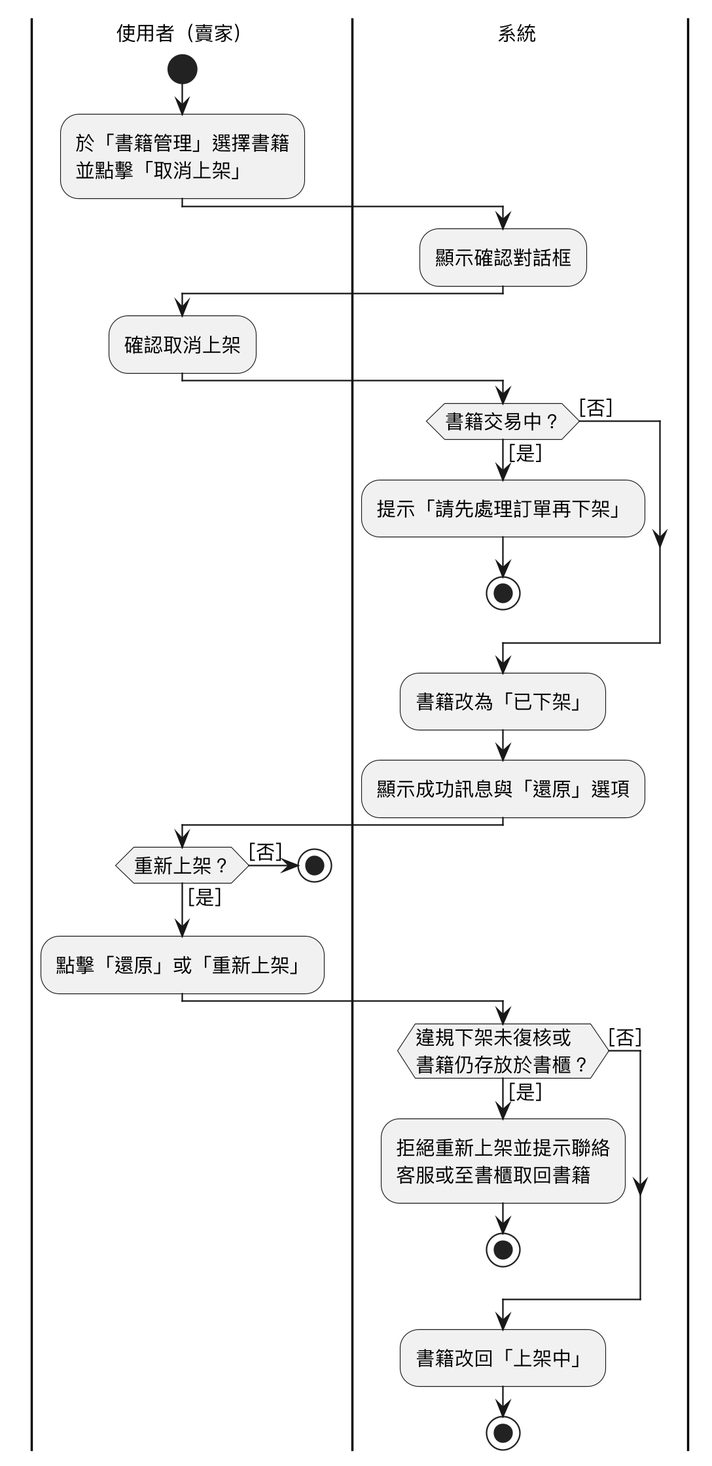
This is Diagrams/Activity diagram/v3/uc03.png from SaveMyBook/SaveMyBook, a PlantUML export, as it was before one commit. Source of this version:
```plantuml
@startuml
skinparam monochrome true
skinparam shadowing false
skinparam dpi 220
skinparam defaultFontName "PingFang TC"
skinparam defaultFontSize 13
skinparam swimlaneWidth same
|使用者（賣家）|
start
:於「書籍管理」選擇書籍\n並點擊「取消上架」;
|系統|
:顯示確認對話框;
|使用者（賣家）|
:確認取消上架;
|系統|
if (書籍交易中？) then ([是])
  :提示「請先處理訂單再下架」;
  stop
else ([否])
endif
:書籍改為「已下架」;
:顯示成功訊息與「還原」選項;
|使用者（賣家）|
if (重新上架？) then ([否])
  stop
else ([是])
endif
:點擊「還原」或「重新上架」;
|系統|
if (違規下架未復核或\n書籍仍存放於書櫃？) then ([是])
  :拒絕重新上架並提示聯絡\n客服或至書櫃取回書籍;
  stop
else ([否])
endif
:書籍改回「上架中」;
stop
@enduml
```
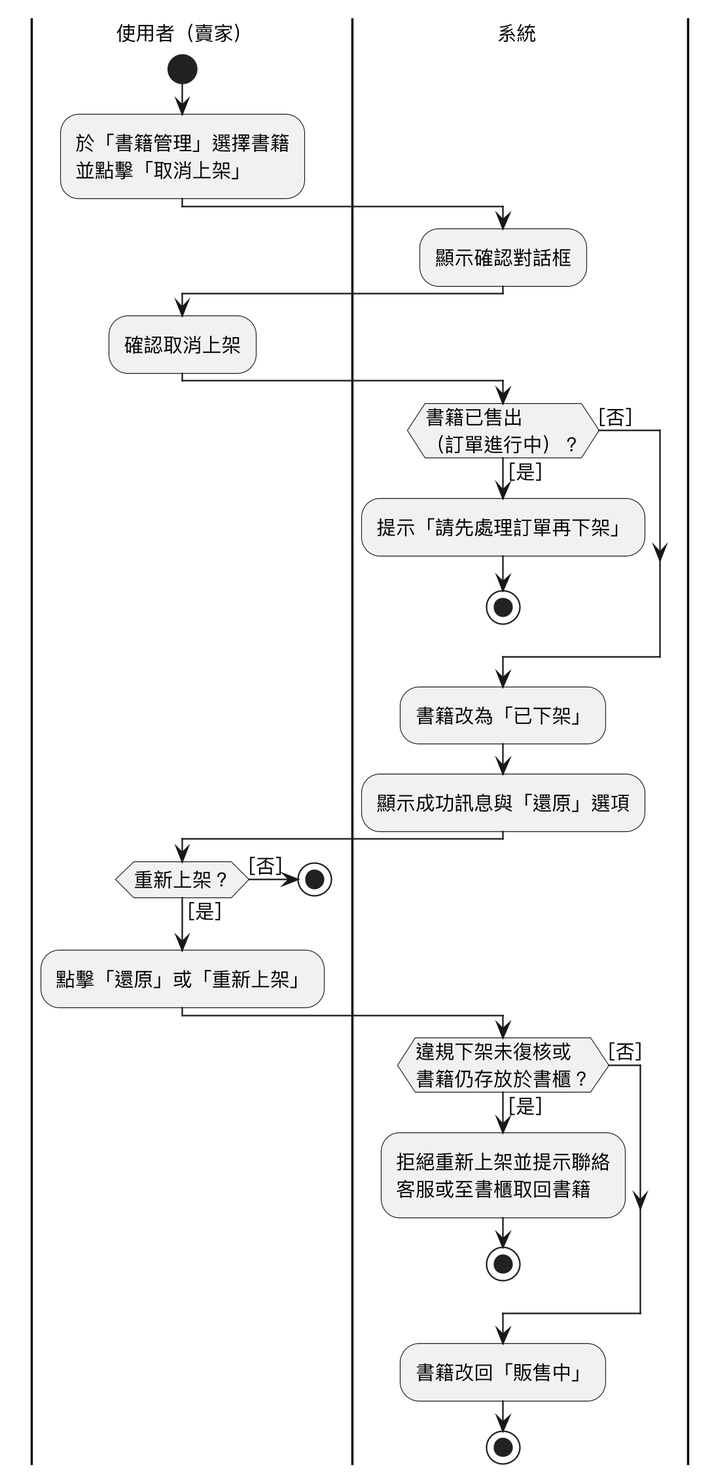
Above is the later version.

The edit, as a diff of the source:
```diff
@@ -13,7 +13,7 @@
 |使用者（賣家）|
 :確認取消上架;
 |系統|
-if (書籍交易中？) then ([是])
+if (書籍已售出\n（訂單進行中）？) then ([是])
   :提示「請先處理訂單再下架」;
   stop
 else ([否])
@@ -32,6 +32,6 @@
   stop
 else ([否])
 endif
-:書籍改回「上架中」;
+:書籍改回「販售中」;
 stop
 @enduml
```
